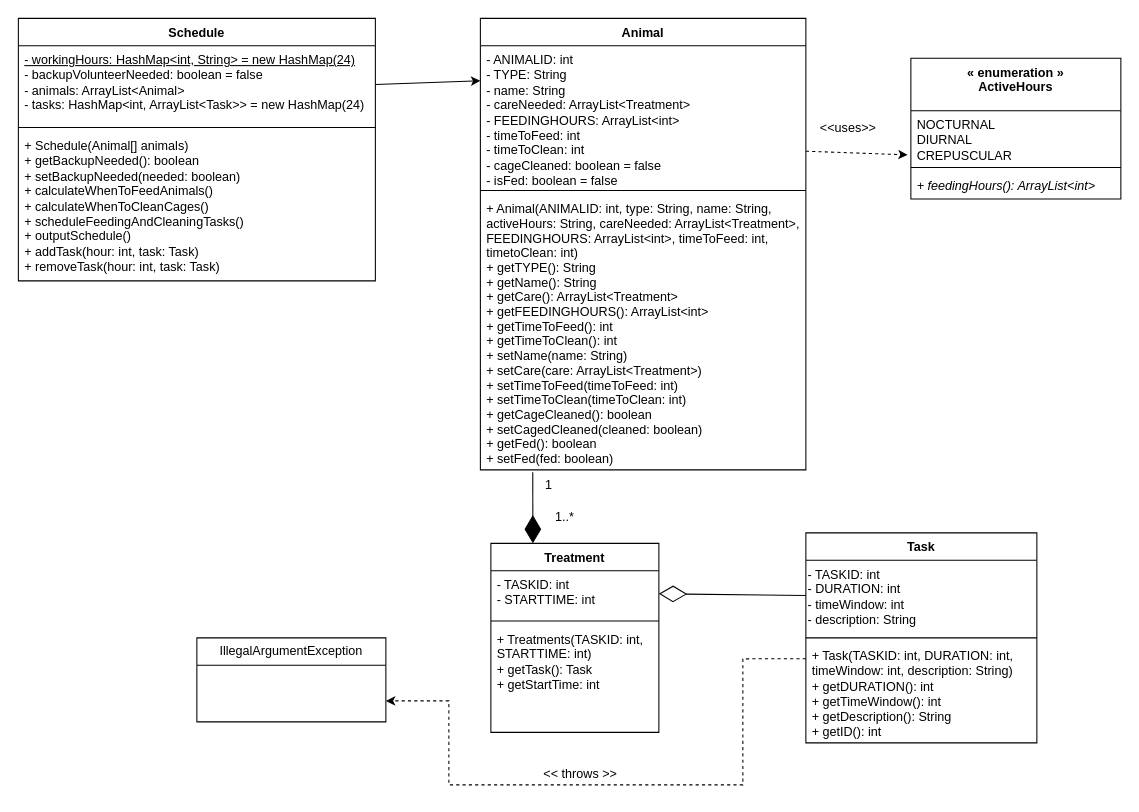
This is 64.drawio from aryan-karadia/Mock-Schedule-Builder, a draw.io file, before an edit. Source tidied: cells renumbered, new cells numbered last; positions are measured from the earlier drawing's top-left corner, leaving out a move shared by most shapes. Both pictures are drawn from the tidied source at 105%, with x=0, y=0 at pixel (18, 18).
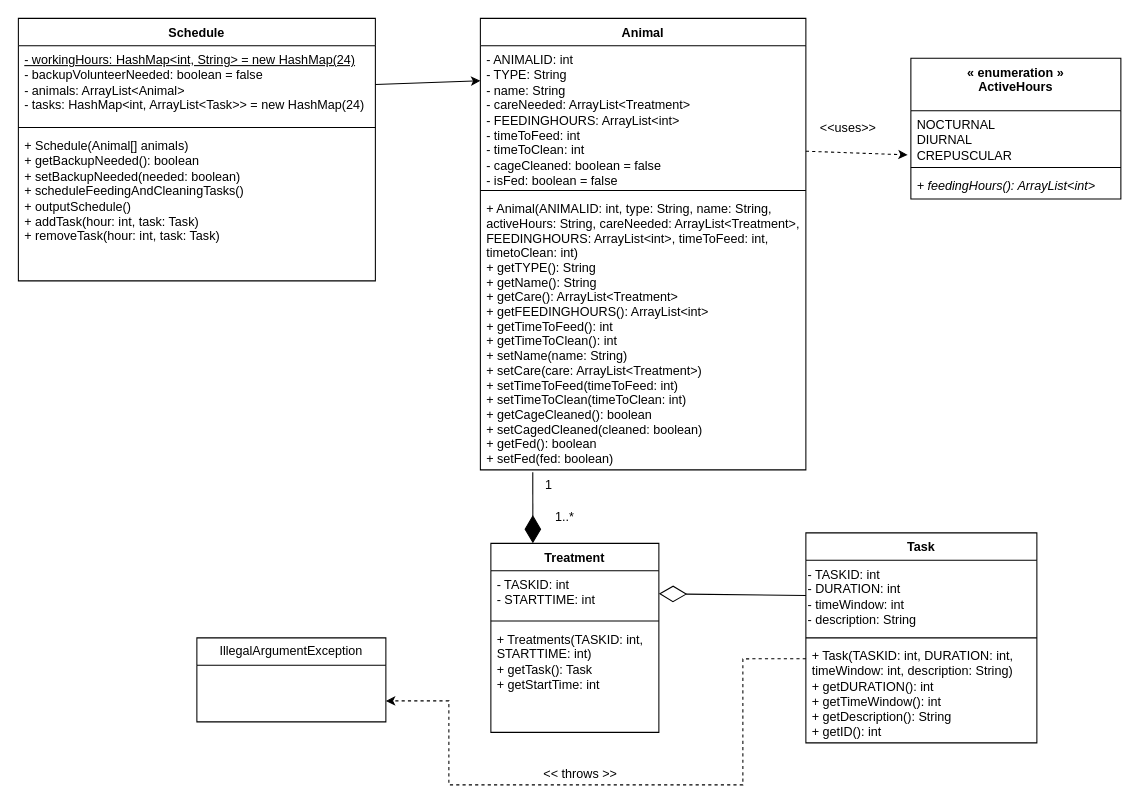
Above is the later version.

Commit message:
Schedule class: got rid of calculateWhenToFeedAnimals() and calculateWhenToCleanCages() since they can be one method

Unchanged cells that the change refers to:
```xml
<mxCell id="24" value="Schedule" style="swimlane;fontStyle=1;align=center;verticalAlign=top;horizontal=1;startSize=26;whiteSpace=wrap;html=1;" parent="1" vertex="1">
  <mxGeometry width="340" height="250" as="geometry" />
</mxCell>
```

Change to the diagram source:
```diff
@@
-    <mxCell id="27" value="+ Schedule(Animal[] animals)&lt;br&gt;+ getBackupNeeded(): boolean&lt;br&gt;+ setBackupNeeded(needed: boolean)&lt;br&gt;+ calculateWhenToFeedAnimals()&lt;br&gt;+ calculateWhenToCleanCages()&lt;br&gt;+ scheduleFeedingAndCleaningTasks()&lt;br&gt;+ outputSchedule()&lt;br&gt;+ addTask(hour: int, task: Task)&lt;br&gt;+ removeTask(hour: int, task: Task)" style="text;strokeColor=none;fillColor=none;align=left;verticalAlign=top;spacingLeft=4;spacingRight=4;overflow=hidden;whiteSpace=wrap;html=1;" parent="24" vertex="1">
+    <mxCell id="27" value="+ Schedule(Animal[] animals)&lt;br&gt;+ getBackupNeeded(): boolean&lt;br&gt;+ setBackupNeeded(needed: boolean)&lt;br&gt;+ scheduleFeedingAndCleaningTasks()&lt;br&gt;+ outputSchedule()&lt;br&gt;+ addTask(hour: int, task: Task)&lt;br&gt;+ removeTask(hour: int, task: Task)" style="text;strokeColor=none;fillColor=none;align=left;verticalAlign=top;spacingLeft=4;spacingRight=4;overflow=hidden;whiteSpace=wrap;html=1;" parent="24" vertex="1">
       <mxGeometry y="108" width="340" height="142" as="geometry" />
     </mxCell>
```
